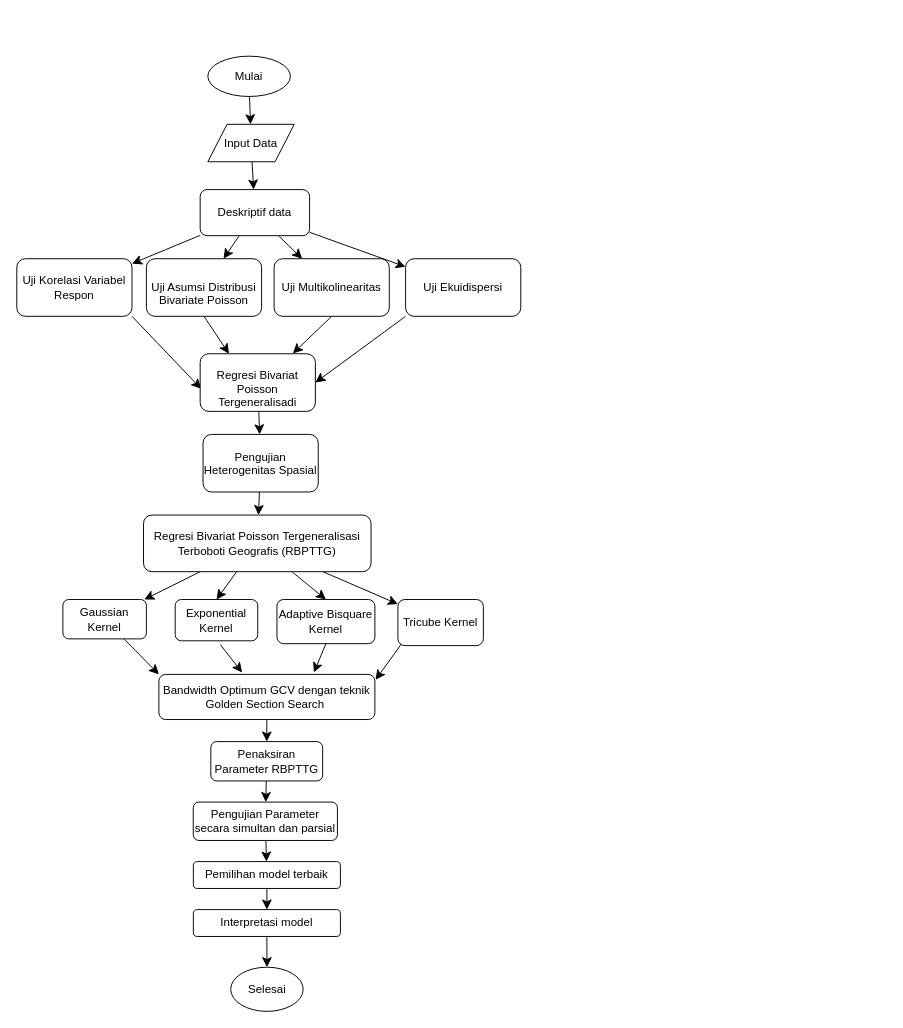
evinorlailisa/Tesis keeps this draw.io diagram as Diagram Tanpa Judul.drawio. Above is the earlier version. Source tidied: cells renumbered, new cells numbered last; positions are measured from the earlier drawing's top-left corner, leaving out a move shared by most shapes. Both pictures are drawn from the tidied source at 96%, with x=0, y=0 at pixel (16, 56).
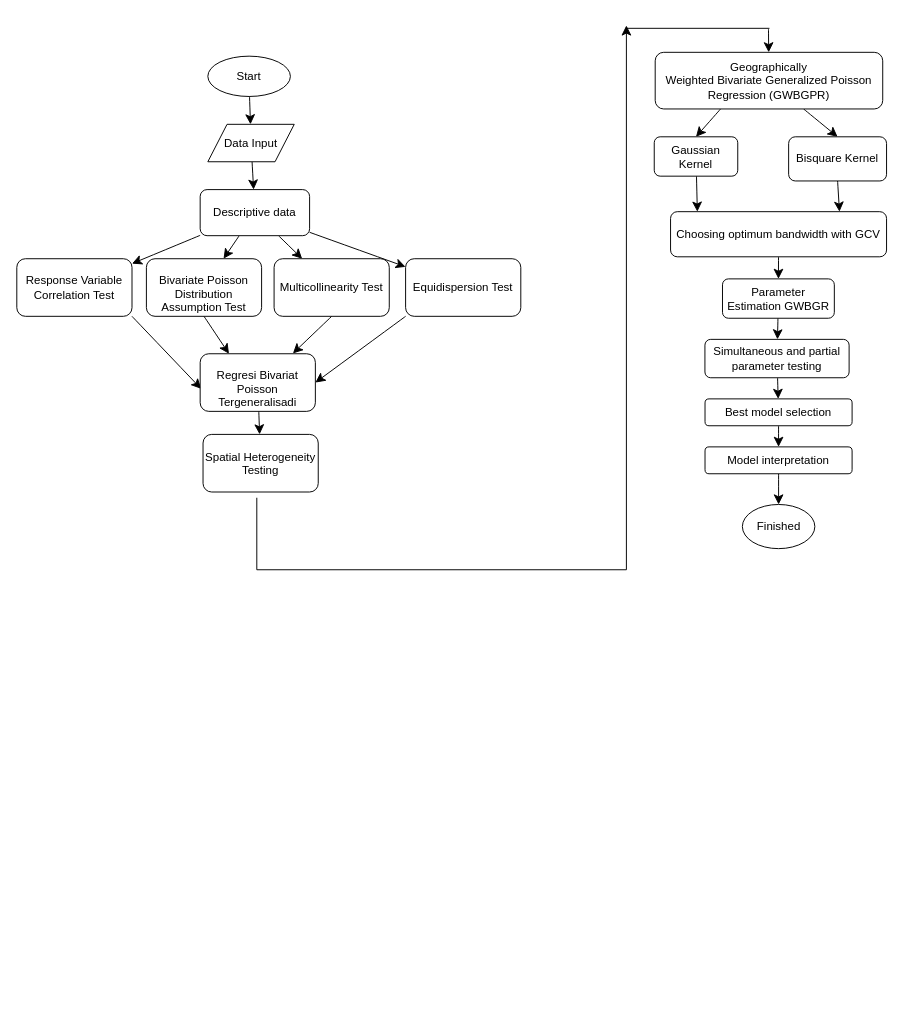
Above is the later version.

Change to the diagram source:
```diff
@@
-    <mxCell id="3" value="Mulai" style="ellipse;whiteSpace=wrap;html=1;" parent="1" vertex="1">
+    <mxCell id="3" value="Start" style="ellipse;whiteSpace=wrap;html=1;" parent="1" vertex="1">
       <mxGeometry x="199" width="86" height="42" as="geometry" />
     </mxCell>
@@
-    <mxCell id="5" value="Input Data" style="shape=parallelogram;perimeter=parallelogramPerimeter;whiteSpace=wrap;html=1;fixedSize=1;" parent="1" vertex="1">
+    <mxCell id="5" value="Data Input" style="shape=parallelogram;perimeter=parallelogramPerimeter;whiteSpace=wrap;html=1;fixedSize=1;" parent="1" vertex="1">
       <mxGeometry x="199" y="71" width="90" height="39" as="geometry" />
     </mxCell>
@@
-    <mxCell id="10" value="Deskriptif data" style="rounded=1;whiteSpace=wrap;html=1;" parent="1" vertex="1">
+    <mxCell id="10" value="Descriptive data" style="rounded=1;whiteSpace=wrap;html=1;" parent="1" vertex="1">
       <mxGeometry x="191" y="139" width="114" height="48" as="geometry" />
     </mxCell>
@@
-    <mxCell id="12" value="Uji Korelasi Variabel Respon" style="rounded=1;whiteSpace=wrap;html=1;" parent="1" vertex="1">
+    <mxCell id="12" value="Response Variable Correlation Test" style="rounded=1;whiteSpace=wrap;html=1;" parent="1" vertex="1">
       <mxGeometry y="211" width="120" height="60" as="geometry" />
     </mxCell>
@@
-    <mxCell id="14" value="&lt;p style=&quot;margin-bottom: 0.0001pt; line-height: normal;&quot; align=&quot;center&quot; class=&quot;MsoNormal&quot;&gt;&lt;span lang=&quot;EN-GB&quot;&gt;Uji Asumsi Distribusi Bivariate Poisson&lt;/span&gt;&lt;/p&gt;" style="rounded=1;whiteSpace=wrap;html=1;" parent="1" vertex="1">
+    <mxCell id="14" value="&lt;p style=&quot;margin-bottom: 0.0001pt; line-height: normal;&quot; align=&quot;center&quot; class=&quot;MsoNormal&quot;&gt;&lt;span lang=&quot;EN-GB&quot;&gt;Bivariate Poisson Distribution Assumption Test&lt;/span&gt;&lt;/p&gt;" style="rounded=1;whiteSpace=wrap;html=1;" parent="1" vertex="1">
       <mxGeometry x="135" y="211" width="120" height="60" as="geometry" />
     </mxCell>
@@
-    <mxCell id="16" value="Uji Multikolinearitas" style="rounded=1;whiteSpace=wrap;html=1;" parent="1" vertex="1">
+    <mxCell id="16" value="Multicollinearity Test" style="rounded=1;whiteSpace=wrap;html=1;" parent="1" vertex="1">
       <mxGeometry x="268" y="211" width="120" height="60" as="geometry" />
     </mxCell>
@@
-    <mxCell id="19" style="edgeStyle=none;curved=1;rounded=0;jettySize=auto;html=1;fontSize=12;startSize=8;endSize=8;" parent="1" edge="1" source="20" target="27">
-      <mxGeometry relative="1" as="geometry" />
-    </mxCell>
-    <mxCell id="20" value="&lt;p style=&quot;line-height: normal;&quot; align=&quot;center&quot; class=&quot;MsoNormal&quot;&gt;&lt;span lang=&quot;EN-GB&quot;&gt;Pengujian Heterogenitas Spasial&lt;/span&gt;&lt;/p&gt;" style="rounded=1;whiteSpace=wrap;html=1;" parent="1" vertex="1">
+    <mxCell id="20" value="&lt;p style=&quot;line-height: normal;&quot; align=&quot;center&quot; class=&quot;MsoNormal&quot;&gt;&lt;span lang=&quot;EN-GB&quot;&gt;Spatial Heterogeneity Testing&lt;/span&gt;&lt;/p&gt;" style="rounded=1;whiteSpace=wrap;html=1;" parent="1" vertex="1">
       <mxGeometry x="194" y="394" width="120" height="60" as="geometry" />
     </mxCell>
@@
-    <mxCell id="22" value="Uji Ekuidispersi" style="rounded=1;whiteSpace=wrap;html=1;" parent="1" vertex="1">
+    <mxCell id="22" value="Equidispersion Test" style="rounded=1;whiteSpace=wrap;html=1;" parent="1" vertex="1">
       <mxGeometry x="405" y="211" width="120" height="60" as="geometry" />
     </mxCell>
-    <mxCell id="23" style="edgeStyle=none;curved=1;rounded=0;jettySize=auto;html=1;fontSize=12;startSize=8;endSize=8;" parent="1" edge="1" source="27" target="29">
-      <mxGeometry relative="1" as="geometry" />
-    </mxCell>
-    <mxCell id="24" style="edgeStyle=none;curved=1;rounded=0;jettySize=auto;html=1;fontSize=12;startSize=8;endSize=8;entryX=0.5;entryY=0;entryDx=0;entryDy=0;" parent="1" edge="1" source="27" target="31">
-      <mxGeometry relative="1" as="geometry" />
-    </mxCell>
-    <mxCell id="25" style="edgeStyle=none;curved=1;rounded=0;jettySize=auto;html=1;fontSize=12;startSize=8;endSize=8;entryX=0.5;entryY=0;entryDx=0;entryDy=0;" parent="1" edge="1" source="27" target="33">
-      <mxGeometry relative="1" as="geometry" />
-    </mxCell>
-    <mxCell id="26" style="edgeStyle=none;curved=1;rounded=0;jettySize=auto;html=1;fontSize=12;startSize=8;endSize=8;" parent="1" edge="1" source="27" target="35">
-      <mxGeometry relative="1" as="geometry" />
-    </mxCell>
-    <mxCell id="27" value="&lt;p align=&quot;center&quot; class=&quot;MsoNormal&quot;&gt;&lt;span style=&quot;background-color: initial;&quot;&gt;Regresi Bivariat Poisson&amp;nbsp;&lt;/span&gt;&lt;span style=&quot;background-color: initial;&quot;&gt;Tergeneralisasi Terboboti Geografis&amp;nbsp;&lt;/span&gt;&lt;span style=&quot;background-color: initial;&quot;&gt;(RBPTTG)&lt;/span&gt;&lt;/p&gt;" style="rounded=1;whiteSpace=wrap;html=1;" parent="1" vertex="1">
-      <mxGeometry x="132" y="478" width="237" height="59" as="geometry" />
-    </mxCell>
-    <mxCell id="28" style="edgeStyle=none;curved=1;rounded=0;jettySize=auto;html=1;fontSize=12;startSize=8;endSize=8;entryX=0;entryY=0;entryDx=0;entryDy=0;" parent="1" edge="1" source="29" target="37">
-      <mxGeometry relative="1" as="geometry" />
-    </mxCell>
+    <mxCell id="47" style="edgeStyle=none;curved=1;rounded=0;jettySize=auto;html=1;fontSize=12;startSize=8;endSize=8;" parent="1" edge="1" target="49">
+      <mxGeometry relative="1" as="geometry">
+        <mxPoint x="783" y="-28" as="sourcePoint" />
+      </mxGeometry>
+    </mxCell>
+    <mxCell id="48" style="edgeStyle=none;curved=1;rounded=0;jettySize=auto;html=1;fontSize=12;startSize=8;endSize=8;entryX=0.5;entryY=0;entryDx=0;entryDy=0;" parent="1" edge="1" source="49" target="53">
+      <mxGeometry relative="1" as="geometry" />
+    </mxCell>
+    <mxCell id="49" value="&lt;p align=&quot;center&quot; class=&quot;MsoNormal&quot;&gt;Geographically Weighted&amp;nbsp;&lt;span style=&quot;background-color: initial;&quot;&gt;Bivariate&lt;/span&gt;&lt;span style=&quot;background-color: initial;&quot;&gt;&amp;nbsp;&lt;/span&gt;&lt;span style=&quot;background-color: initial;&quot;&gt;Generalized Poisson Regression (GWBGPR)&lt;/span&gt;&lt;/p&gt;" style="rounded=1;whiteSpace=wrap;html=1;" parent="1" vertex="1">
+      <mxGeometry x="665" y="-4" width="237" height="59" as="geometry" />
+    </mxCell>
+    <mxCell id="50" style="edgeStyle=none;curved=1;rounded=0;jettySize=auto;html=1;fontSize=12;startSize=8;endSize=8;entryX=0.124;entryY=0;entryDx=0;entryDy=0;entryPerimeter=0;" parent="1" edge="1" source="29" target="55">
+      <mxGeometry relative="1" as="geometry" />
+    </mxCell>
     <mxCell id="29" value="&lt;p align=&quot;center&quot; class=&quot;MsoNormal&quot;&gt;Gaussian Kernel&lt;/p&gt;" style="rounded=1;whiteSpace=wrap;html=1;" parent="1" vertex="1">
-      <mxGeometry x="48" y="566" width="87" height="41" as="geometry" />
+      <mxGeometry x="664" y="84" width="87" height="41" as="geometry" />
     </mxCell>
-    <mxCell id="30" style="edgeStyle=none;curved=1;rounded=0;orthogonalLoop=1;jettySize=auto;html=1;fontSize=12;startSize=8;endSize=8;" parent="1" edge="1">
-      <mxGeometry relative="1" as="geometry">
-        <mxPoint x="212" y="613" as="sourcePoint" />
-        <mxPoint x="234.7" y="642" as="targetPoint" />
-      </mxGeometry>
-    </mxCell>
-    <mxCell id="31" value="&lt;p align=&quot;center&quot; class=&quot;MsoNormal&quot;&gt;Exponential Kernel&lt;/p&gt;" style="rounded=1;whiteSpace=wrap;html=1;" parent="1" vertex="1">
-      <mxGeometry x="165" y="566" width="86" height="43" as="geometry" />
-    </mxCell>
-    <mxCell id="32" style="edgeStyle=none;curved=1;rounded=0;jettySize=auto;html=1;fontSize=12;startSize=8;endSize=8;exitX=0.5;exitY=1;exitDx=0;exitDy=0;" parent="1" edge="1" source="33">
-      <mxGeometry relative="1" as="geometry">
-        <mxPoint x="309.5" y="642" as="targetPoint" />
-      </mxGeometry>
-    </mxCell>
-    <mxCell id="33" value="&lt;p align=&quot;center&quot; class=&quot;MsoNormal&quot;&gt;Adaptive Bisquare Kernel&lt;/p&gt;" style="rounded=1;whiteSpace=wrap;html=1;" parent="1" vertex="1">
-      <mxGeometry x="271" y="566" width="102" height="46" as="geometry" />
-    </mxCell>
-    <mxCell id="34" style="edgeStyle=none;curved=1;rounded=0;jettySize=auto;html=1;fontSize=12;startSize=8;endSize=8;entryX=1.003;entryY=0.121;entryDx=0;entryDy=0;entryPerimeter=0;" parent="1" edge="1" target="37">
-      <mxGeometry relative="1" as="geometry">
-        <mxPoint x="403" y="609" as="sourcePoint" />
-      </mxGeometry>
-    </mxCell>
-    <mxCell id="35" value="&lt;p align=&quot;center&quot; class=&quot;MsoNormal&quot;&gt;Tricube Kernel&lt;/p&gt;" style="rounded=1;whiteSpace=wrap;html=1;" parent="1" vertex="1">
-      <mxGeometry x="397" y="566" width="89" height="48" as="geometry" />
-    </mxCell>
-    <mxCell id="36" style="edgeStyle=none;curved=1;rounded=0;jettySize=auto;html=1;fontSize=12;startSize=8;endSize=8;" parent="1" edge="1" source="37" target="39">
-      <mxGeometry relative="1" as="geometry" />
-    </mxCell>
-    <mxCell id="37" value="Bandwidth Optimum GCV dengan teknik Golden Section Search&amp;nbsp;" style="rounded=1;whiteSpace=wrap;html=1;" parent="1" vertex="1">
-      <mxGeometry x="148" y="644" width="225" height="47" as="geometry" />
-    </mxCell>
-    <mxCell id="38" style="edgeStyle=none;curved=1;rounded=0;jettySize=auto;html=1;fontSize=12;startSize=8;endSize=8;" parent="1" edge="1" source="39" target="41">
-      <mxGeometry relative="1" as="geometry" />
-    </mxCell>
-    <mxCell id="39" value="Penaksiran Parameter RBPTTG" style="whiteSpace=wrap;html=1;rounded=1;" parent="1" vertex="1">
-      <mxGeometry x="202.1" y="714" width="116.5" height="41" as="geometry" />
-    </mxCell>
-    <mxCell id="40" style="edgeStyle=none;curved=1;rounded=0;jettySize=auto;html=1;fontSize=12;startSize=8;endSize=8;" parent="1" edge="1" source="41" target="43">
-      <mxGeometry relative="1" as="geometry" />
-    </mxCell>
-    <mxCell id="41" value="&lt;p align=&quot;center&quot; class=&quot;MsoNormal&quot;&gt;&lt;span lang=&quot;EN-GB&quot;&gt;Pengujian Parameter secara simultan dan parsial&lt;/span&gt;&lt;/p&gt;" style="whiteSpace=wrap;html=1;rounded=1;" parent="1" vertex="1">
-      <mxGeometry x="183.8" y="777" width="150.2" height="40" as="geometry" />
-    </mxCell>
-    <mxCell id="42" style="edgeStyle=none;curved=1;rounded=0;jettySize=auto;html=1;fontSize=12;startSize=8;endSize=8;" parent="1" edge="1" source="43" target="45">
-      <mxGeometry relative="1" as="geometry" />
-    </mxCell>
-    <mxCell id="43" value="&lt;p align=&quot;center&quot; class=&quot;MsoNormal&quot;&gt;&lt;span lang=&quot;EN-GB&quot;&gt;Pemilihan model terbaik&lt;/span&gt;&lt;/p&gt;" style="whiteSpace=wrap;html=1;rounded=1;" parent="1" vertex="1">
-      <mxGeometry x="183.9" y="839" width="153.2" height="28" as="geometry" />
-    </mxCell>
-    <mxCell id="44" style="edgeStyle=none;curved=1;rounded=0;jettySize=auto;html=1;fontSize=12;startSize=8;endSize=8;" parent="1" edge="1" source="45" target="46">
-      <mxGeometry relative="1" as="geometry" />
-    </mxCell>
-    <mxCell id="45" value="&lt;p align=&quot;center&quot; class=&quot;MsoNormal&quot;&gt;&lt;span lang=&quot;EN-GB&quot;&gt;Interpretasi model&lt;/span&gt;&lt;/p&gt;" style="whiteSpace=wrap;html=1;rounded=1;" parent="1" vertex="1">
-      <mxGeometry x="183.9" y="889" width="153.2" height="28" as="geometry" />
-    </mxCell>
-    <mxCell id="46" value="Selesai" style="ellipse;whiteSpace=wrap;html=1;rounded=1;" parent="1" vertex="1">
-      <mxGeometry x="222.8" y="949" width="75.5" height="46" as="geometry" />
-    </mxCell>
+    <mxCell id="51" style="edgeStyle=none;curved=1;rounded=0;jettySize=auto;html=1;fontSize=12;startSize=8;endSize=8;entryX=0.5;entryY=0;entryDx=0;entryDy=0;" parent="1" edge="1" target="29">
+      <mxGeometry relative="1" as="geometry">
+        <mxPoint x="733.1" y="55" as="sourcePoint" />
+      </mxGeometry>
+    </mxCell>
+    <mxCell id="52" style="edgeStyle=none;curved=1;rounded=0;jettySize=auto;html=1;fontSize=12;startSize=8;endSize=8;exitX=0.5;exitY=1;exitDx=0;exitDy=0;entryX=0.782;entryY=0;entryDx=0;entryDy=0;entryPerimeter=0;" parent="1" edge="1" source="53" target="55">
+      <mxGeometry relative="1" as="geometry" />
+    </mxCell>
+    <mxCell id="53" value="&lt;p align=&quot;center&quot; class=&quot;MsoNormal&quot;&gt;Bisquare Kernel&lt;/p&gt;" style="rounded=1;whiteSpace=wrap;html=1;" parent="1" vertex="1">
+      <mxGeometry x="804" y="84" width="102" height="46" as="geometry" />
+    </mxCell>
+    <mxCell id="54" style="edgeStyle=none;curved=1;rounded=0;jettySize=auto;html=1;fontSize=12;startSize=8;endSize=8;" parent="1" edge="1" source="55" target="57">
+      <mxGeometry relative="1" as="geometry" />
+    </mxCell>
+    <mxCell id="55" value="Choosing optimum bandwidth with GCV" style="rounded=1;whiteSpace=wrap;html=1;" parent="1" vertex="1">
+      <mxGeometry x="681" y="162" width="225" height="47" as="geometry" />
+    </mxCell>
+    <mxCell id="56" style="edgeStyle=none;curved=1;rounded=0;jettySize=auto;html=1;fontSize=12;startSize=8;endSize=8;" parent="1" edge="1" source="57" target="59">
+      <mxGeometry relative="1" as="geometry" />
+    </mxCell>
+    <mxCell id="57" value="Parameter Estimation GWBGR" style="whiteSpace=wrap;html=1;rounded=1;" parent="1" vertex="1">
+      <mxGeometry x="735.1" y="232" width="116.5" height="41" as="geometry" />
+    </mxCell>
+    <mxCell id="58" style="edgeStyle=none;curved=1;rounded=0;jettySize=auto;html=1;fontSize=12;startSize=8;endSize=8;" parent="1" edge="1" source="59" target="61">
+      <mxGeometry relative="1" as="geometry" />
+    </mxCell>
+    <mxCell id="59" value="&lt;p align=&quot;center&quot; class=&quot;MsoNormal&quot;&gt;&lt;span lang=&quot;EN-GB&quot;&gt;Simultaneous and partial parameter testing&lt;/span&gt;&lt;/p&gt;" style="whiteSpace=wrap;html=1;rounded=1;" parent="1" vertex="1">
+      <mxGeometry x="716.8" y="295" width="150.2" height="40" as="geometry" />
+    </mxCell>
+    <mxCell id="60" style="edgeStyle=none;curved=1;rounded=0;jettySize=auto;html=1;fontSize=12;startSize=8;endSize=8;" parent="1" edge="1" source="61" target="63">
+      <mxGeometry relative="1" as="geometry" />
+    </mxCell>
+    <mxCell id="61" value="&lt;p align=&quot;center&quot; class=&quot;MsoNormal&quot;&gt;&lt;span lang=&quot;EN-GB&quot;&gt;Best model selection&lt;/span&gt;&lt;/p&gt;" style="whiteSpace=wrap;html=1;rounded=1;" parent="1" vertex="1">
+      <mxGeometry x="716.9" y="357" width="153.2" height="28" as="geometry" />
+    </mxCell>
+    <mxCell id="62" style="edgeStyle=none;curved=1;rounded=0;jettySize=auto;html=1;fontSize=12;startSize=8;endSize=8;" parent="1" edge="1" source="63" target="64">
+      <mxGeometry relative="1" as="geometry" />
+    </mxCell>
+    <mxCell id="63" value="&lt;p align=&quot;center&quot; class=&quot;MsoNormal&quot;&gt;&lt;span lang=&quot;EN-GB&quot;&gt;Model interpretation&lt;/span&gt;&lt;/p&gt;" style="whiteSpace=wrap;html=1;rounded=1;" parent="1" vertex="1">
+      <mxGeometry x="716.9" y="407" width="153.2" height="28" as="geometry" />
+    </mxCell>
+    <mxCell id="64" value="Finished" style="ellipse;whiteSpace=wrap;html=1;rounded=1;" parent="1" vertex="1">
+      <mxGeometry x="755.8" y="467" width="75.5" height="46" as="geometry" />
+    </mxCell>
+    <mxCell id="65" style="edgeStyle=elbowEdgeStyle;elbow=vertical;endArrow=classic;html=1;curved=0;rounded=0;endSize=8;startSize=8;fontSize=12;" parent="1" edge="1">
+      <mxGeometry relative="1" as="geometry">
+        <mxPoint x="250" y="460" as="sourcePoint" />
+        <mxPoint x="635" y="-32" as="targetPoint" />
+        <Array as="points">
+          <mxPoint x="292" y="535" />
+          <mxPoint x="553" y="59" />
+        </Array>
+      </mxGeometry>
+    </mxCell>
+    <mxCell id="66" style="endArrow=none;html=1;rounded=0;" parent="1" edge="1">
+      <mxGeometry relative="1" as="geometry">
+        <mxPoint x="634" y="-29" as="sourcePoint" />
+        <mxPoint x="784" y="-29" as="targetPoint" />
+      </mxGeometry>
+    </mxCell>
```
